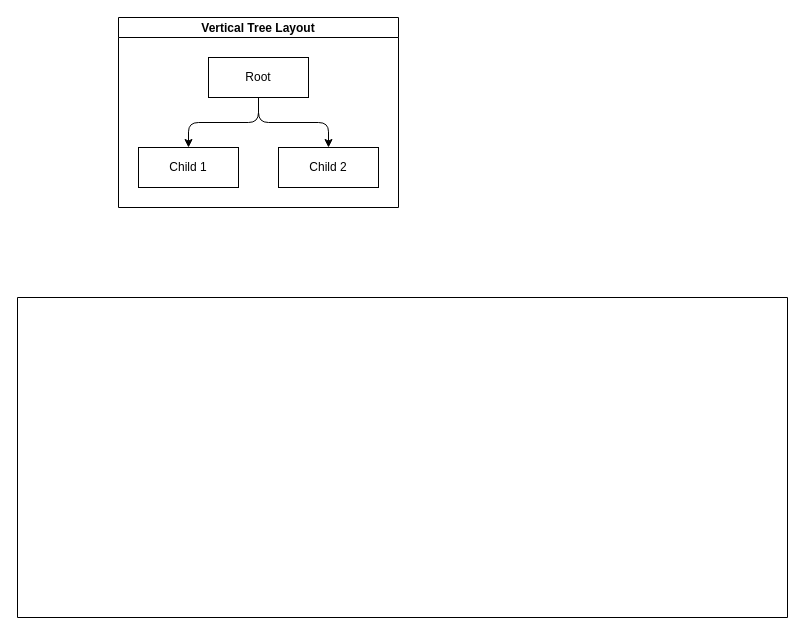
Quixote-Demo/demo keeps this draw.io diagram as page "第 1 页" (1 of 2) of 1233344444.drawio. Above is the earlier version. Source tidied: cells renumbered, new cells numbered last; positions are measured from the earlier drawing's top-left corner, leaving out a move shared by most shapes. Both pictures are drawn from the tidied source at 100%, with x=0, y=0 at pixel (17, 17).
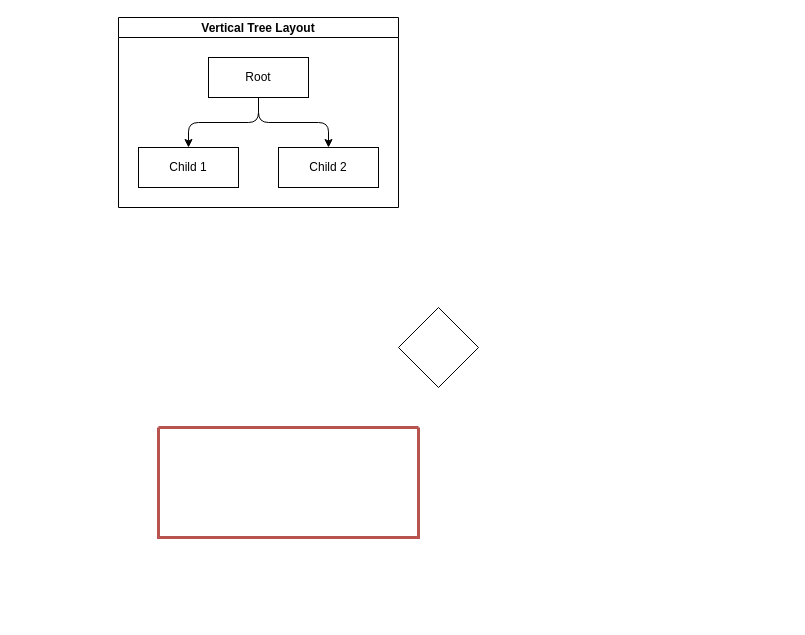
After the change.

What changed in the source:
```diff
@@
 <mxGraphModel>
   <root>
     <mxCell id="0" />
     <mxCell id="1" parent="0" />
     <mxCell id="2" value="Vertical Tree Layout" style="swimlane;startSize=20;horizontal=1;horizontalTree=0;sortEdges=1;containerType=tree;fontSize=12;" parent="1" vertex="1">
       <mxGeometry x="101" width="280" height="190" as="geometry" />
     </mxCell>
     <mxCell id="3" value="Root" style="whiteSpace=wrap;html=1;" parent="2" vertex="1">
       <mxGeometry x="90" y="40" width="100" height="40" as="geometry" />
     </mxCell>
     <mxCell id="4" value="Child 1" style="whiteSpace=wrap;html=1;" parent="2" vertex="1">
       <mxGeometry x="20" y="130" width="100" height="40" as="geometry" />
     </mxCell>
     <mxCell id="5" style="edgeStyle=elbowEdgeStyle;elbow=vertical;html=1;rounded=1;curved=0;sourcePerimeterSpacing=0;targetPerimeterSpacing=0;startSize=6;endSize=6;" parent="2" edge="1" source="3" target="4">
       <mxGeometry relative="1" as="geometry" />
     </mxCell>
     <mxCell id="6" value="Child 2" style="whiteSpace=wrap;html=1;" parent="2" vertex="1">
       <mxGeometry x="160" y="130" width="100" height="40" as="geometry" />
     </mxCell>
     <mxCell id="7" style="edgeStyle=elbowEdgeStyle;elbow=vertical;html=1;rounded=1;curved=0;sourcePerimeterSpacing=0;targetPerimeterSpacing=0;startSize=6;endSize=6;" parent="2" edge="1" source="3" target="6">
       <mxGeometry relative="1" as="geometry" />
     </mxCell>
-    <mxCell id="8" style="verticalLabelPosition=bottom;verticalAlign=top;html=1;shape=mxgraph.basic.rect;fillColor2=none;strokeWidth=1;size=20;indent=5;" parent="1" vertex="1">
-      <mxGeometry y="280" width="770" height="320" as="geometry" />
-    </mxCell>
+    <mxCell id="9" parent="0" />
+    <mxCell id="10" style="rhombus;whiteSpace=wrap;html=1;" parent="9" vertex="1">
+      <mxGeometry x="381" y="290" width="80" height="80" as="geometry" />
+    </mxCell>
+    <mxCell id="11" style="swimlane;startSize=0;swimlaneFillColor=none;fillColor=#f8cecc;strokeColor=#b85450;strokeWidth=3;" parent="9" vertex="1" collapsed="1">
+      <mxGeometry x="141" y="410" width="260" height="110" as="geometry" />
+    </mxCell>
   </root>
 </mxGraphModel>
```
